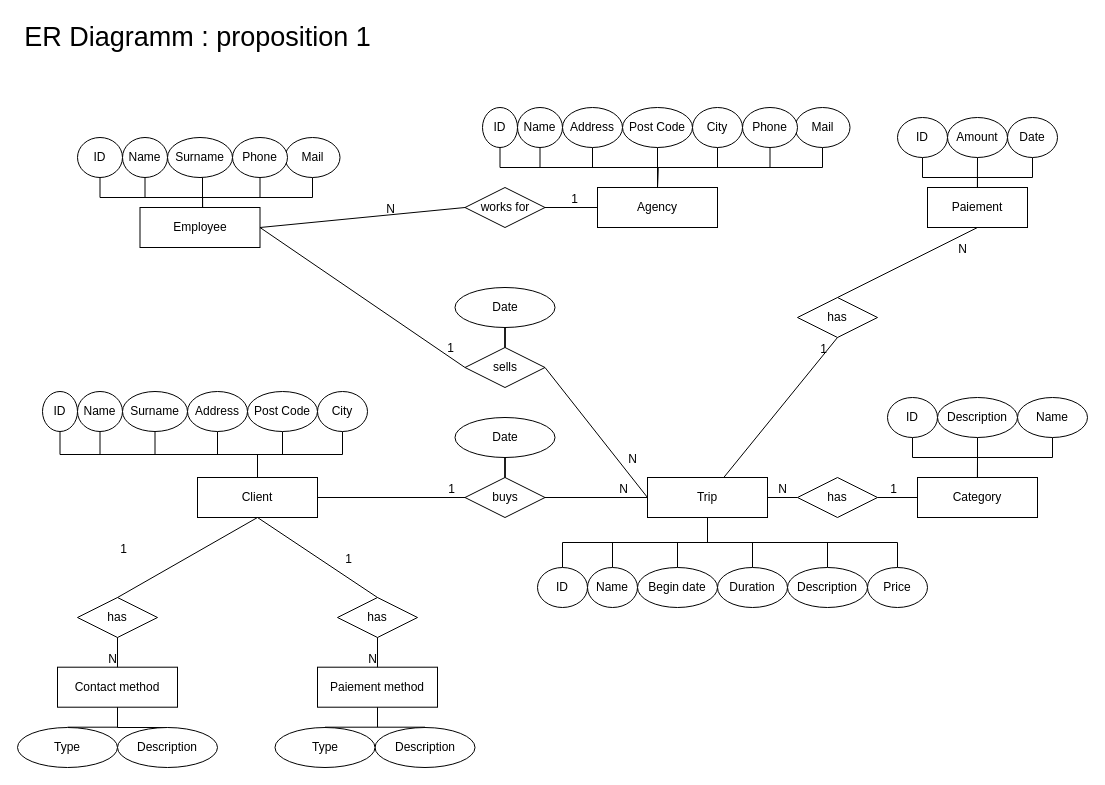
Above: page "ER-Model" (1 of 2) of DB Projekt 1.drawio in phootrf/DBProjet1 (draw.io), before the change. Source tidied: cells renumbered, new cells numbered last; positions are measured from the earlier drawing's top-left corner, leaving out a move shared by most shapes. Both pictures are drawn from the tidied source at 100%, with x=0, y=0 at pixel (17, 17).
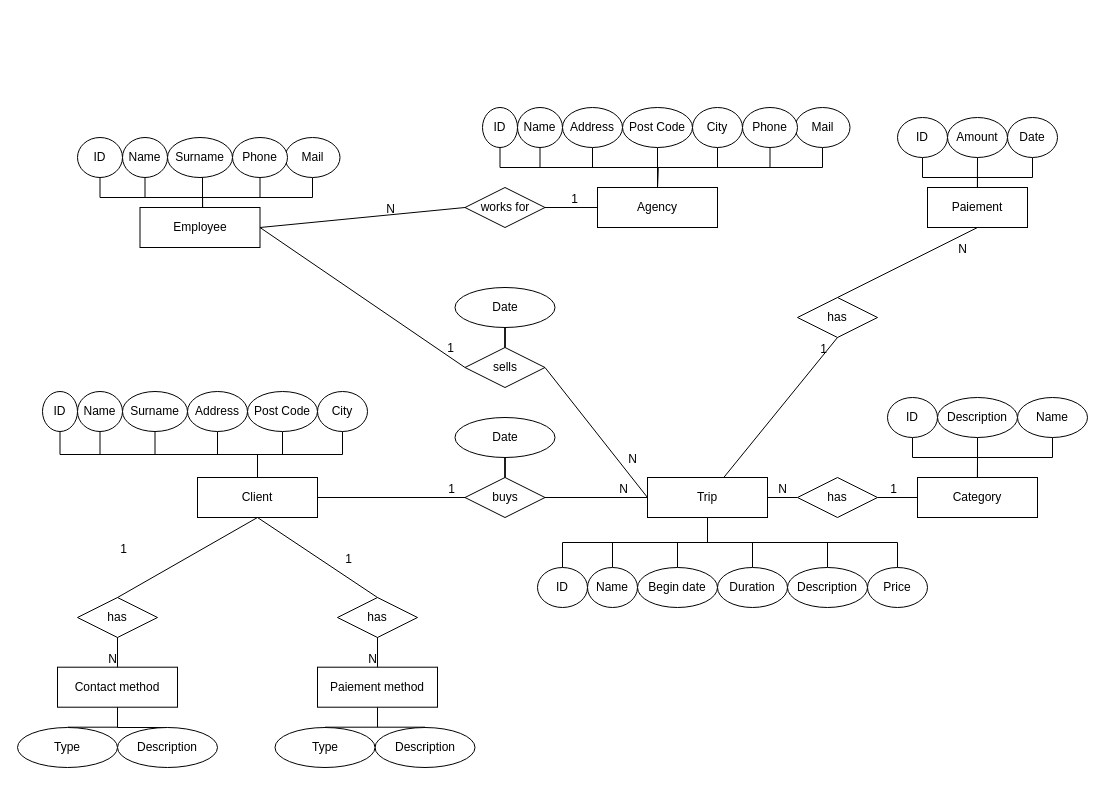
After the change.

Change to the diagram source:
```diff
@@
-    <mxCell id="64" value="ER Diagramm : proposition 1" style="text;html=1;align=center;verticalAlign=middle;fillColor=none;strokeColor=none;rounded=0;fontSize=27;" parent="1" vertex="1">
-      <mxGeometry width="360" height="40" as="geometry" />
-    </mxCell>
```
